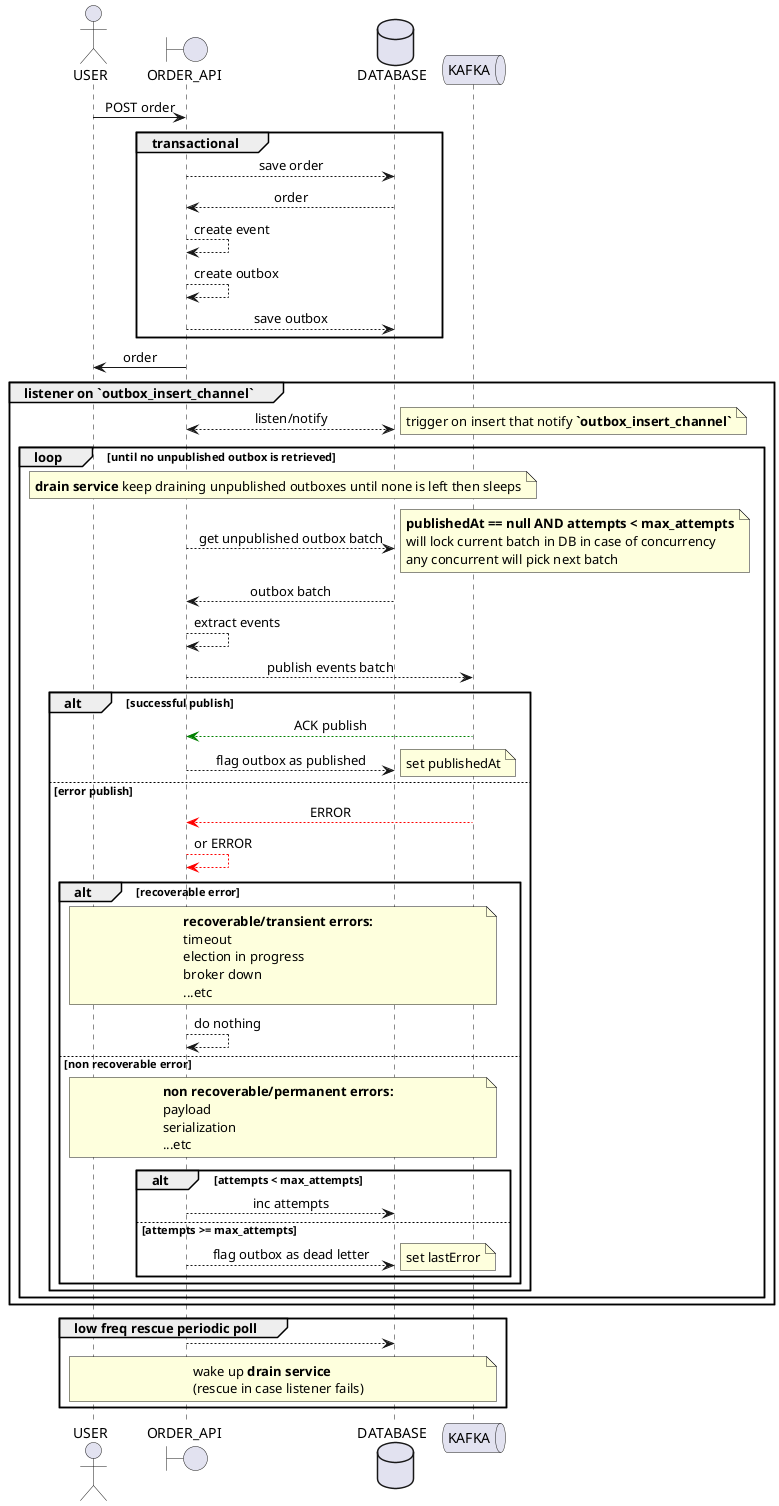
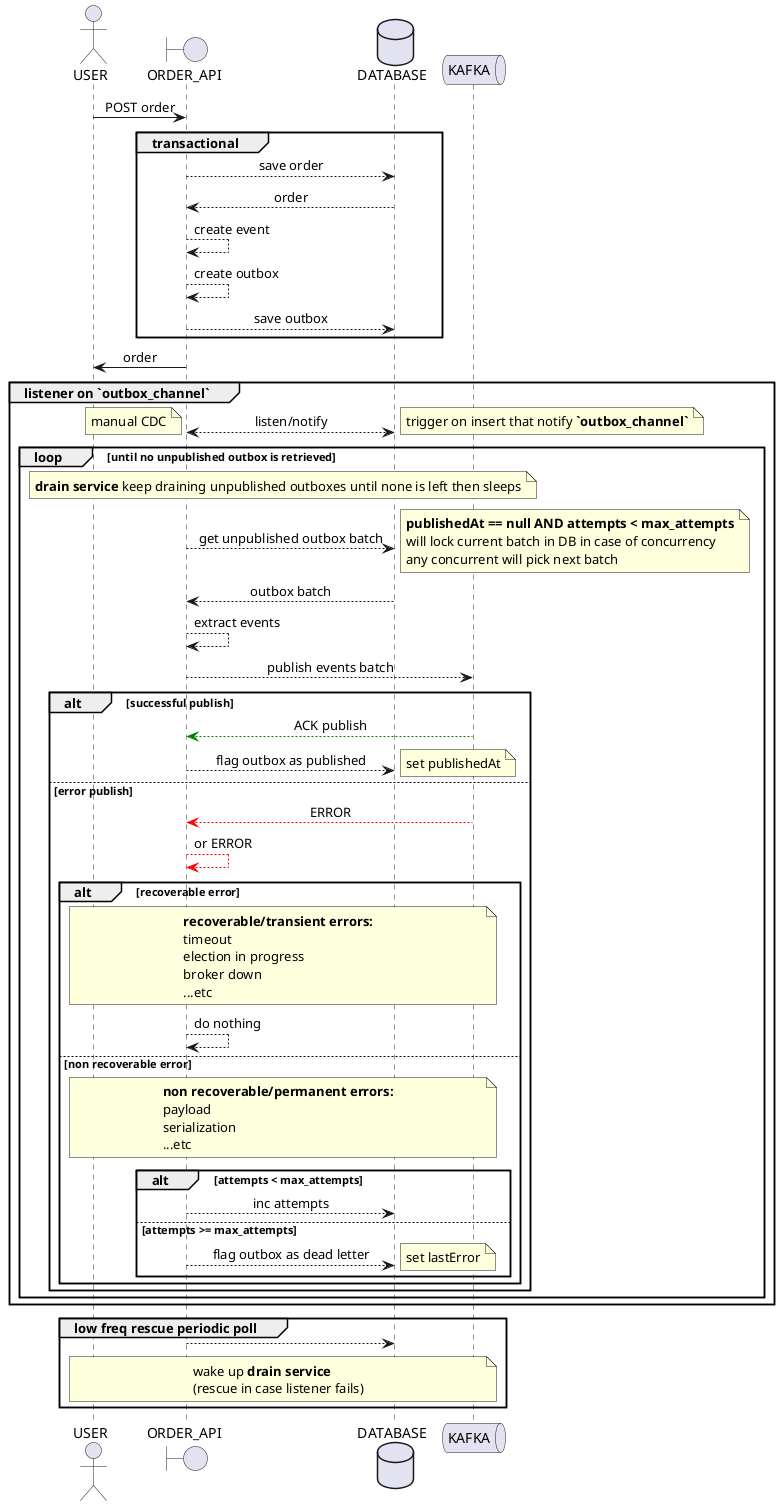
@startuml
skinparam sequenceMessageAlign center

actor USER as U
boundary ORDER_API as API
database DATABASE as DB
queue KAFKA as K

U -> API : POST order
group transactional
    API --> DB : save order
    DB --> API : order
    API --> API : create event
    API --> API : create outbox
    API --> DB : save outbox
end
API -> U : order

- group listener on `outbox_insert_channel`
+ group listener on `outbox_channel`
    API <--> DB: listen/notify
-     note right: trigger on insert that notify **`outbox_insert_channel`**
+     note left: manual CDC
+     note right: trigger on insert that notify **`outbox_channel`**
    loop until no unpublished outbox is retrieved
        note across: **drain service** keep draining unpublished outboxes until none is left then sleeps
        API --> DB : get unpublished outbox batch
        note right: **publishedAt == null AND attempts < max_attempts**\nwill lock current batch in DB in case of concurrency\nany concurrent will pick next batch
        DB --> API : outbox batch
        API --> API : extract events
        API --> K : publish events batch
        alt successful publish
            K -[#green]-> API : ACK publish
            API --> DB : flag outbox as published
            note right: set publishedAt
        else error publish
            K -[#red]-> API : ERROR
            API -[#red]-> API : or ERROR
            alt recoverable error
                note across
                    **recoverable/transient errors:**
                    timeout
                    election in progress
                    broker down
                    ...etc
                end note
                API --> API : do nothing
            else non recoverable error
                note across
                    **non recoverable/permanent errors:**
                    payload
                    serialization
                    ...etc
                end note
                alt attempts < max_attempts
                    API --> DB : inc attempts
                else attempts >= max_attempts
                    API --> DB : flag outbox as dead letter
                    note right: set lastError
                end
            end
        end
    end
end

group low freq rescue periodic poll
    API --> DB
    note across: wake up **drain service**\n(rescue in case listener fails)
end
@enduml
